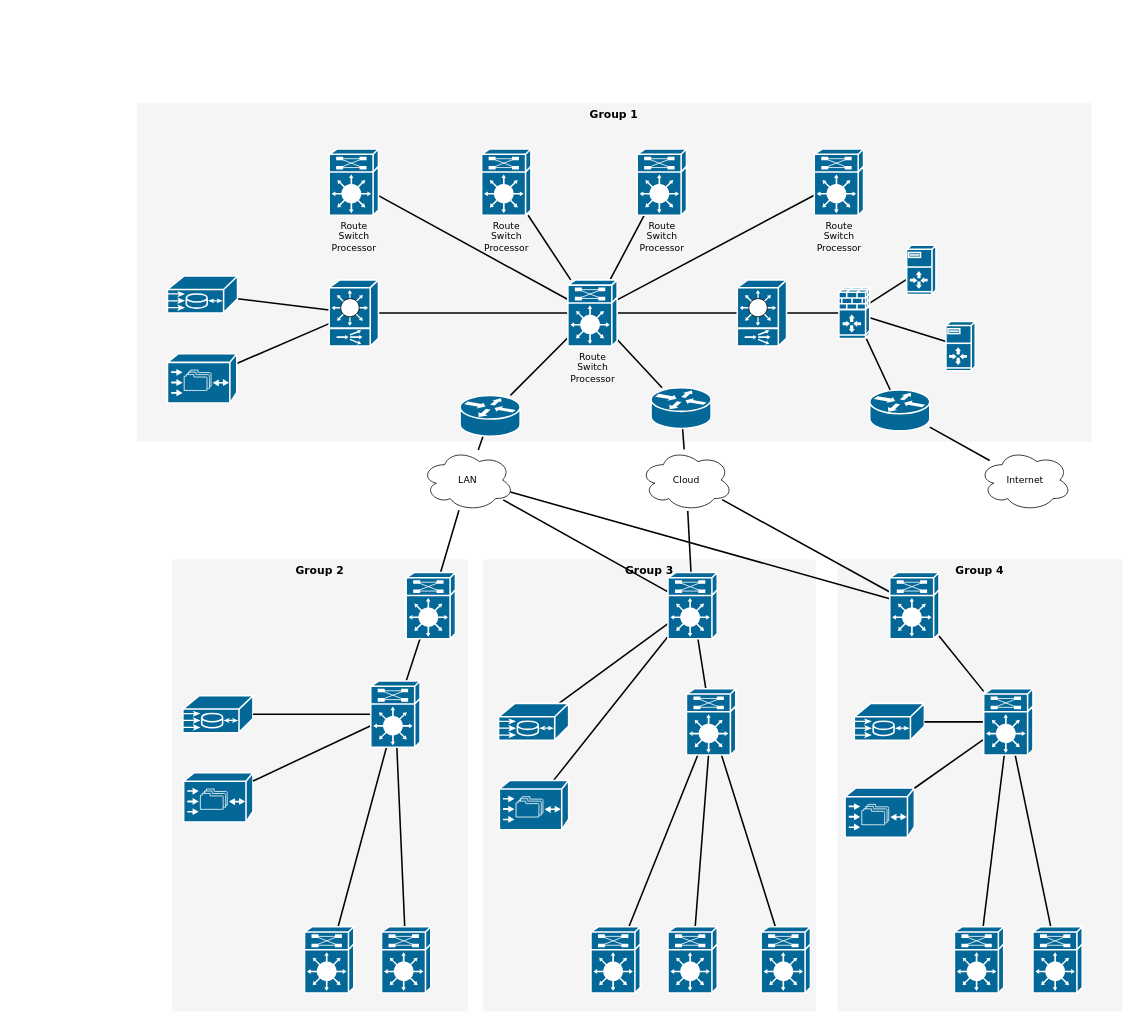
This is Untitled Diagram.drawio from pribnuts/introduction-to-github, a draw.io file, before an edit. Source tidied: cells renumbered, new cells numbered last; positions are measured from the earlier drawing's top-left corner, leaving out a move shared by most shapes. Both pictures are drawn from the tidied source at 77%, with x=0, y=0 at pixel (136, 102).
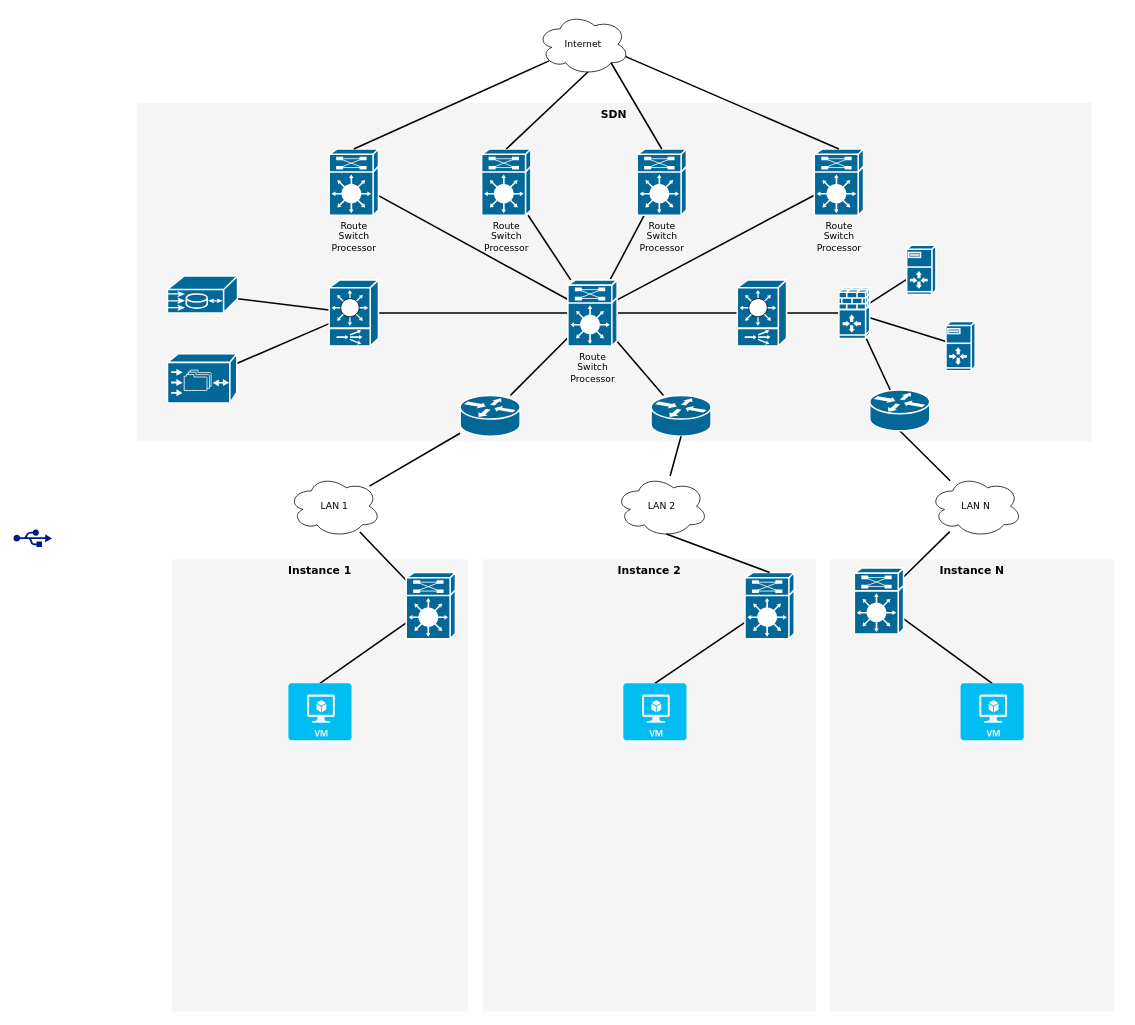
After the change.

The change refers to these unchanged cells:
```xml
<mxCell id="7" value="Route&lt;div&gt;Switch&lt;/div&gt;&lt;div&gt;Processor&lt;/div&gt;" style="shape=mxgraph.cisco.misc.route_switch_processor;html=1;dashed=0;fillColor=#036897;strokeColor=#ffffff;strokeWidth=2;verticalLabelPosition=bottom;verticalAlign=top;rounded=0;shadow=0;comic=0;fontFamily=Verdana;fontSize=12;" parent="1" vertex="1">
  <mxGeometry x="250" y="60" width="64" height="86" as="geometry" />
</mxCell>
<mxCell id="9" value="Route&lt;div&gt;Switch&lt;/div&gt;&lt;div&gt;Processor&lt;/div&gt;" style="shape=mxgraph.cisco.misc.route_switch_processor;html=1;dashed=0;fillColor=#036897;strokeColor=#ffffff;strokeWidth=2;verticalLabelPosition=bottom;verticalAlign=top;rounded=0;shadow=0;comic=0;fontFamily=Verdana;fontSize=12;" parent="1" vertex="1">
  <mxGeometry x="448" y="60" width="64" height="86" as="geometry" />
</mxCell>
<mxCell id="11" value="Route&lt;div&gt;Switch&lt;/div&gt;&lt;div&gt;Processor&lt;/div&gt;" style="shape=mxgraph.cisco.misc.route_switch_processor;html=1;dashed=0;fillColor=#036897;strokeColor=#ffffff;strokeWidth=2;verticalLabelPosition=bottom;verticalAlign=top;rounded=0;shadow=0;comic=0;fontFamily=Verdana;fontSize=12;" parent="1" vertex="1">
  <mxGeometry x="650" y="60" width="64" height="86" as="geometry" />
</mxCell>
<mxCell id="13" value="Route&lt;div&gt;Switch&lt;/div&gt;&lt;div&gt;Processor&lt;/div&gt;" style="shape=mxgraph.cisco.misc.route_switch_processor;html=1;dashed=0;fillColor=#036897;strokeColor=#ffffff;strokeWidth=2;verticalLabelPosition=bottom;verticalAlign=top;rounded=0;shadow=0;comic=0;fontFamily=Verdana;fontSize=12;" parent="1" vertex="1">
  <mxGeometry x="880" y="60" width="64" height="86" as="geometry" />
</mxCell>
<mxCell id="41" style="shape=mxgraph.cisco.misc.route_switch_processor;html=1;dashed=0;fillColor=#036897;strokeColor=#ffffff;strokeWidth=2;verticalLabelPosition=bottom;verticalAlign=top;rounded=0;shadow=0;comic=0;fontFamily=Verdana;fontSize=12;" parent="1" vertex="1">
  <mxGeometry x="350" y="610" width="64" height="86" as="geometry" />
</mxCell>
<mxCell id="80" style="shape=mxgraph.cisco.routers.router;html=1;dashed=0;fillColor=#036897;strokeColor=#ffffff;strokeWidth=2;verticalLabelPosition=bottom;verticalAlign=top;rounded=0;shadow=0;comic=0;fontFamily=Verdana;fontSize=12;" parent="1" vertex="1">
  <mxGeometry x="952" y="373" width="78" height="53" as="geometry" />
</mxCell>
```

The edit, as a diff of the source:
```diff
@@
-    <mxCell id="2" value="Group 1" style="whiteSpace=wrap;html=1;rounded=0;shadow=0;comic=0;strokeWidth=1;fontFamily=Verdana;fontSize=14;fillColor=#f5f5f5;strokeColor=none;verticalAlign=top;fontStyle=1;" parent="1" vertex="1">
+    <mxCell id="2" value="SDN" style="whiteSpace=wrap;html=1;rounded=0;shadow=0;comic=0;strokeWidth=1;fontFamily=Verdana;fontSize=14;fillColor=#f5f5f5;strokeColor=none;verticalAlign=top;fontStyle=1;" parent="1" vertex="1">
       <mxGeometry width="1240" height="440" as="geometry" />
     </mxCell>
-    <mxCell id="3" value="Group 4" style="whiteSpace=wrap;html=1;rounded=0;shadow=0;comic=0;strokeWidth=1;fontFamily=Verdana;fontSize=14;fillColor=#f5f5f5;strokeColor=none;fontStyle=1;verticalAlign=top;" parent="1" vertex="1">
-      <mxGeometry x="910" y="593" width="370" height="587" as="geometry" />
+    <mxCell id="3" value="Instance N" style="whiteSpace=wrap;html=1;rounded=0;shadow=0;comic=0;strokeWidth=1;fontFamily=Verdana;fontSize=14;fillColor=#f5f5f5;strokeColor=none;fontStyle=1;verticalAlign=top;" parent="1" vertex="1">
+      <mxGeometry x="900" y="593" width="370" height="587" as="geometry" />
     </mxCell>
-    <mxCell id="4" value="Group 3" style="whiteSpace=wrap;html=1;rounded=0;shadow=0;comic=0;strokeWidth=1;fontFamily=Verdana;fontSize=14;fillColor=#f5f5f5;strokeColor=none;fontStyle=1;verticalAlign=top;" parent="1" vertex="1">
+    <mxCell id="4" value="Instance 2" style="whiteSpace=wrap;html=1;rounded=0;shadow=0;comic=0;strokeWidth=1;fontFamily=Verdana;fontSize=14;fillColor=#f5f5f5;strokeColor=none;fontStyle=1;verticalAlign=top;" parent="1" vertex="1">
       <mxGeometry x="450" y="593" width="432" height="587" as="geometry" />
     </mxCell>
-    <mxCell id="5" value="Group 2" style="whiteSpace=wrap;html=1;rounded=0;shadow=0;comic=0;strokeWidth=1;fontFamily=Verdana;fontSize=14;fillColor=#f5f5f5;strokeColor=none;fontStyle=1;verticalAlign=top;" parent="1" vertex="1">
+    <mxCell id="5" value="Instance 1" style="whiteSpace=wrap;html=1;rounded=0;shadow=0;comic=0;strokeWidth=1;fontFamily=Verdana;fontSize=14;fillColor=#f5f5f5;strokeColor=none;fontStyle=1;verticalAlign=top;" parent="1" vertex="1">
       <mxGeometry x="46" y="593" width="384" height="587" as="geometry" />
     </mxCell>
@@
-    <mxCell id="33" style="edgeStyle=none;html=1;labelBackgroundColor=none;startFill=0;endArrow=none;endFill=0;strokeWidth=2;fontFamily=Verdana;fontSize=12;" parent="1" edge="1" source="35" target="45">
-      <mxGeometry relative="1" as="geometry" />
-    </mxCell>
-    <mxCell id="34" style="edgeStyle=none;html=1;labelBackgroundColor=none;startFill=0;endArrow=none;endFill=0;strokeWidth=2;fontFamily=Verdana;fontSize=12;" parent="1" edge="1" source="35" target="47">
-      <mxGeometry relative="1" as="geometry" />
-    </mxCell>
-    <mxCell id="35" value="LAN" style="ellipse;shape=cloud;whiteSpace=wrap;html=1;rounded=0;shadow=0;comic=0;strokeWidth=1;fontFamily=Verdana;fontSize=12;" parent="1" vertex="1">
-      <mxGeometry x="370" y="450" width="120" height="80" as="geometry" />
+    <mxCell id="35" value="LAN 1" style="ellipse;shape=cloud;whiteSpace=wrap;html=1;rounded=0;shadow=0;comic=0;strokeWidth=1;fontFamily=Verdana;fontSize=12;" parent="1" vertex="1">
+      <mxGeometry x="197" y="484" width="120" height="80" as="geometry" />
     </mxCell>
-    <mxCell id="36" style="edgeStyle=none;html=1;labelBackgroundColor=none;startFill=0;endArrow=none;endFill=0;strokeWidth=2;fontFamily=Verdana;fontSize=12;" parent="1" edge="1" source="38" target="45">
-      <mxGeometry relative="1" as="geometry" />
-    </mxCell>
@@
-    <mxCell id="38" value="Cloud" style="ellipse;shape=cloud;whiteSpace=wrap;html=1;rounded=0;shadow=0;comic=0;strokeWidth=1;fontFamily=Verdana;fontSize=12;" parent="1" vertex="1">
-      <mxGeometry x="654" y="450" width="120" height="80" as="geometry" />
+    <mxCell id="38" value="LAN N" style="ellipse;shape=cloud;whiteSpace=wrap;html=1;rounded=0;shadow=0;comic=0;strokeWidth=1;fontFamily=Verdana;fontSize=12;" parent="1" vertex="1">
+      <mxGeometry x="1030" y="484" width="120" height="80" as="geometry" />
     </mxCell>
     <mxCell id="39" value="Internet" style="ellipse;shape=cloud;whiteSpace=wrap;html=1;rounded=0;shadow=0;comic=0;strokeWidth=1;fontFamily=Verdana;fontSize=12;" parent="1" vertex="1">
-      <mxGeometry x="1094" y="450" width="120" height="80" as="geometry" />
+      <mxGeometry x="520" y="-116" width="120" height="80" as="geometry" />
     </mxCell>
-    <mxCell id="40" style="edgeStyle=none;html=1;labelBackgroundColor=none;startFill=0;endArrow=none;endFill=0;strokeWidth=2;fontFamily=Verdana;fontSize=12;" parent="1" edge="1" source="41" target="54">
+    <mxCell id="40" style="edgeStyle=none;html=1;labelBackgroundColor=none;startFill=0;endArrow=none;endFill=0;strokeWidth=2;fontFamily=Verdana;fontSize=12;entryX=0.5;entryY=0;entryDx=0;entryDy=0;entryPerimeter=0;" parent="1" edge="1" source="41" target="84">
       <mxGeometry relative="1" as="geometry" />
     </mxCell>
@@
-    <mxCell id="42" style="edgeStyle=none;html=1;labelBackgroundColor=none;startFill=0;endArrow=none;endFill=0;strokeWidth=2;fontFamily=Verdana;fontSize=12;" parent="1" edge="1" source="45" target="60">
+    <mxCell id="42" style="edgeStyle=none;html=1;labelBackgroundColor=none;startFill=0;endArrow=none;endFill=0;strokeWidth=2;fontFamily=Verdana;fontSize=12;entryX=0.5;entryY=0;entryDx=0;entryDy=0;entryPerimeter=0;" parent="1" edge="1" source="45" target="85">
       <mxGeometry relative="1" as="geometry" />
     </mxCell>
-    <mxCell id="43" style="edgeStyle=none;html=1;labelBackgroundColor=none;startFill=0;endArrow=none;endFill=0;strokeWidth=2;fontFamily=Verdana;fontSize=12;" parent="1" edge="1" source="45" target="55">
-      <mxGeometry relative="1" as="geometry" />
-    </mxCell>
-    <mxCell id="44" style="edgeStyle=none;html=1;labelBackgroundColor=none;startFill=0;endArrow=none;endFill=0;strokeWidth=2;fontFamily=Verdana;fontSize=12;" parent="1" edge="1" source="45" target="56">
-      <mxGeometry relative="1" as="geometry" />
-    </mxCell>
     <mxCell id="45" style="shape=mxgraph.cisco.misc.route_switch_processor;html=1;dashed=0;fillColor=#036897;strokeColor=#ffffff;strokeWidth=2;verticalLabelPosition=bottom;verticalAlign=top;rounded=0;shadow=0;comic=0;fontFamily=Verdana;fontSize=12;" parent="1" vertex="1">
-      <mxGeometry x="690" y="610" width="64" height="86" as="geometry" />
+      <mxGeometry x="790" y="610" width="64" height="86" as="geometry" />
     </mxCell>
-    <mxCell id="46" style="edgeStyle=none;html=1;labelBackgroundColor=none;startFill=0;endArrow=none;endFill=0;strokeWidth=2;fontFamily=Verdana;fontSize=12;" parent="1" edge="1" source="47" target="67">
+    <mxCell id="46" style="edgeStyle=none;html=1;labelBackgroundColor=none;startFill=0;endArrow=none;endFill=0;strokeWidth=2;fontFamily=Verdana;fontSize=12;entryX=0.5;entryY=0;entryDx=0;entryDy=0;entryPerimeter=0;" parent="1" edge="1" source="47" target="86">
       <mxGeometry relative="1" as="geometry" />
     </mxCell>
     <mxCell id="47" style="shape=mxgraph.cisco.misc.route_switch_processor;html=1;dashed=0;fillColor=#036897;strokeColor=#ffffff;strokeWidth=2;verticalLabelPosition=bottom;verticalAlign=top;rounded=0;shadow=0;comic=0;fontFamily=Verdana;fontSize=12;" parent="1" vertex="1">
-      <mxGeometry x="978" y="610" width="64" height="86" as="geometry" />
+      <mxGeometry x="932" y="604" width="64" height="86" as="geometry" />
     </mxCell>
-    <mxCell id="48" style="shape=mxgraph.cisco.misc.me1100;html=1;dashed=0;fillColor=#036897;strokeColor=#ffffff;strokeWidth=2;verticalLabelPosition=bottom;verticalAlign=top;rounded=0;shadow=0;comic=0;fontFamily=Verdana;fontSize=12;" parent="1" vertex="1">
-      <mxGeometry x="60" y="770" width="91" height="48" as="geometry" />
-    </mxCell>
-    <mxCell id="49" style="shape=mxgraph.cisco.storage.cisco_file_engine;html=1;dashed=0;fillColor=#036897;strokeColor=#ffffff;strokeWidth=2;verticalLabelPosition=bottom;verticalAlign=top;rounded=0;shadow=0;comic=0;fontFamily=Verdana;fontSize=12;" parent="1" vertex="1">
-      <mxGeometry x="61" y="870" width="90" height="64" as="geometry" />
-    </mxCell>
-    <mxCell id="50" style="edgeStyle=none;html=1;labelBackgroundColor=none;startFill=0;endArrow=none;endFill=0;strokeWidth=2;fontFamily=Verdana;fontSize=12;" parent="1" edge="1" source="54" target="48">
-      <mxGeometry relative="1" as="geometry" />
-    </mxCell>
-    <mxCell id="51" style="edgeStyle=none;html=1;labelBackgroundColor=none;startFill=0;endArrow=none;endFill=0;strokeWidth=2;fontFamily=Verdana;fontSize=12;" parent="1" edge="1" source="54" target="49">
-      <mxGeometry relative="1" as="geometry" />
-    </mxCell>
-    <mxCell id="52" style="edgeStyle=none;html=1;labelBackgroundColor=none;startFill=0;endArrow=none;endFill=0;strokeWidth=2;fontFamily=Verdana;fontSize=12;" parent="1" edge="1" source="54" target="69">
-      <mxGeometry relative="1" as="geometry" />
-    </mxCell>
-    <mxCell id="53" style="edgeStyle=none;html=1;labelBackgroundColor=none;startFill=0;endArrow=none;endFill=0;strokeWidth=2;fontFamily=Verdana;fontSize=12;" parent="1" edge="1" source="54" target="68">
-      <mxGeometry relative="1" as="geometry" />
-    </mxCell>
-    <mxCell id="54" style="shape=mxgraph.cisco.misc.route_switch_processor;html=1;dashed=0;fillColor=#036897;strokeColor=#ffffff;strokeWidth=2;verticalLabelPosition=bottom;verticalAlign=top;rounded=0;shadow=0;comic=0;fontFamily=Verdana;fontSize=12;" parent="1" vertex="1">
-      <mxGeometry x="304" y="751" width="64" height="86" as="geometry" />
-    </mxCell>
-    <mxCell id="55" style="shape=mxgraph.cisco.misc.me1100;html=1;dashed=0;fillColor=#036897;strokeColor=#ffffff;strokeWidth=2;verticalLabelPosition=bottom;verticalAlign=top;rounded=0;shadow=0;comic=0;fontFamily=Verdana;fontSize=12;" parent="1" vertex="1">
-      <mxGeometry x="470" y="780" width="91" height="48" as="geometry" />
-    </mxCell>
-    <mxCell id="56" style="shape=mxgraph.cisco.storage.cisco_file_engine;html=1;dashed=0;fillColor=#036897;strokeColor=#ffffff;strokeWidth=2;verticalLabelPosition=bottom;verticalAlign=top;rounded=0;shadow=0;comic=0;fontFamily=Verdana;fontSize=12;" parent="1" vertex="1">
-      <mxGeometry x="471" y="880" width="90" height="64" as="geometry" />
-    </mxCell>
-    <mxCell id="57" style="edgeStyle=none;html=1;labelBackgroundColor=none;startFill=0;endArrow=none;endFill=0;strokeWidth=2;fontFamily=Verdana;fontSize=12;" parent="1" edge="1" source="60" target="72">
-      <mxGeometry relative="1" as="geometry" />
-    </mxCell>
-    <mxCell id="58" style="edgeStyle=none;html=1;labelBackgroundColor=none;startFill=0;endArrow=none;endFill=0;strokeWidth=2;fontFamily=Verdana;fontSize=12;" parent="1" edge="1" source="60" target="71">
-      <mxGeometry relative="1" as="geometry" />
-    </mxCell>
-    <mxCell id="59" style="edgeStyle=none;html=1;labelBackgroundColor=none;startFill=0;endArrow=none;endFill=0;strokeWidth=2;fontFamily=Verdana;fontSize=12;" parent="1" edge="1" source="60" target="70">
-      <mxGeometry relative="1" as="geometry" />
-    </mxCell>
-    <mxCell id="60" style="shape=mxgraph.cisco.misc.route_switch_processor;html=1;dashed=0;fillColor=#036897;strokeColor=#ffffff;strokeWidth=2;verticalLabelPosition=bottom;verticalAlign=top;rounded=0;shadow=0;comic=0;fontFamily=Verdana;fontSize=12;" parent="1" vertex="1">
-      <mxGeometry x="714" y="761" width="64" height="86" as="geometry" />
-    </mxCell>
-    <mxCell id="61" style="shape=mxgraph.cisco.misc.me1100;html=1;dashed=0;fillColor=#036897;strokeColor=#ffffff;strokeWidth=2;verticalLabelPosition=bottom;verticalAlign=top;rounded=0;shadow=0;comic=0;fontFamily=Verdana;fontSize=12;" parent="1" vertex="1">
-      <mxGeometry x="932" y="780" width="91" height="48" as="geometry" />
-    </mxCell>
-    <mxCell id="62" style="shape=mxgraph.cisco.storage.cisco_file_engine;html=1;dashed=0;fillColor=#036897;strokeColor=#ffffff;strokeWidth=2;verticalLabelPosition=bottom;verticalAlign=top;rounded=0;shadow=0;comic=0;fontFamily=Verdana;fontSize=12;" parent="1" vertex="1">
-      <mxGeometry x="920" y="890" width="90" height="64" as="geometry" />
-    </mxCell>
-    <mxCell id="63" style="edgeStyle=none;html=1;labelBackgroundColor=none;startFill=0;endArrow=none;endFill=0;strokeWidth=2;fontFamily=Verdana;fontSize=12;" parent="1" edge="1" source="67" target="61">
-      <mxGeometry relative="1" as="geometry" />
-    </mxCell>
-    <mxCell id="64" style="edgeStyle=none;html=1;labelBackgroundColor=none;startFill=0;endArrow=none;endFill=0;strokeWidth=2;fontFamily=Verdana;fontSize=12;" parent="1" edge="1" source="67" target="62">
-      <mxGeometry relative="1" as="geometry" />
-    </mxCell>
-    <mxCell id="65" style="edgeStyle=none;html=1;labelBackgroundColor=none;startFill=0;endArrow=none;endFill=0;strokeWidth=2;fontFamily=Verdana;fontSize=12;" parent="1" edge="1" source="67" target="74">
-      <mxGeometry relative="1" as="geometry" />
-    </mxCell>
-    <mxCell id="66" style="edgeStyle=none;html=1;labelBackgroundColor=none;startFill=0;endArrow=none;endFill=0;strokeWidth=2;fontFamily=Verdana;fontSize=12;" parent="1" edge="1" source="67" target="73">
-      <mxGeometry relative="1" as="geometry" />
-    </mxCell>
-    <mxCell id="67" style="shape=mxgraph.cisco.misc.route_switch_processor;html=1;dashed=0;fillColor=#036897;strokeColor=#ffffff;strokeWidth=2;verticalLabelPosition=bottom;verticalAlign=top;rounded=0;shadow=0;comic=0;fontFamily=Verdana;fontSize=12;" parent="1" vertex="1">
-      <mxGeometry x="1100" y="761" width="64" height="86" as="geometry" />
-    </mxCell>
-    <mxCell id="68" style="shape=mxgraph.cisco.misc.route_switch_processor;html=1;dashed=0;fillColor=#036897;strokeColor=#ffffff;strokeWidth=2;verticalLabelPosition=bottom;verticalAlign=top;rounded=0;shadow=0;comic=0;fontFamily=Verdana;fontSize=12;" parent="1" vertex="1">
-      <mxGeometry x="218" y="1070" width="64" height="86" as="geometry" />
-    </mxCell>
-    <mxCell id="69" style="shape=mxgraph.cisco.misc.route_switch_processor;html=1;dashed=0;fillColor=#036897;strokeColor=#ffffff;strokeWidth=2;verticalLabelPosition=bottom;verticalAlign=top;rounded=0;shadow=0;comic=0;fontFamily=Verdana;fontSize=12;" parent="1" vertex="1">
-      <mxGeometry x="318" y="1070" width="64" height="86" as="geometry" />
-    </mxCell>
-    <mxCell id="70" style="shape=mxgraph.cisco.misc.route_switch_processor;html=1;dashed=0;fillColor=#036897;strokeColor=#ffffff;strokeWidth=2;verticalLabelPosition=bottom;verticalAlign=top;rounded=0;shadow=0;comic=0;fontFamily=Verdana;fontSize=12;" parent="1" vertex="1">
-      <mxGeometry x="590" y="1070" width="64" height="86" as="geometry" />
-    </mxCell>
-    <mxCell id="71" style="shape=mxgraph.cisco.misc.route_switch_processor;html=1;dashed=0;fillColor=#036897;strokeColor=#ffffff;strokeWidth=2;verticalLabelPosition=bottom;verticalAlign=top;rounded=0;shadow=0;comic=0;fontFamily=Verdana;fontSize=12;" parent="1" vertex="1">
-      <mxGeometry x="690" y="1070" width="64" height="86" as="geometry" />
-    </mxCell>
-    <mxCell id="72" style="shape=mxgraph.cisco.misc.route_switch_processor;html=1;dashed=0;fillColor=#036897;strokeColor=#ffffff;strokeWidth=2;verticalLabelPosition=bottom;verticalAlign=top;rounded=0;shadow=0;comic=0;fontFamily=Verdana;fontSize=12;" parent="1" vertex="1">
-      <mxGeometry x="811" y="1070" width="64" height="86" as="geometry" />
-    </mxCell>
-    <mxCell id="73" style="shape=mxgraph.cisco.misc.route_switch_processor;html=1;dashed=0;fillColor=#036897;strokeColor=#ffffff;strokeWidth=2;verticalLabelPosition=bottom;verticalAlign=top;rounded=0;shadow=0;comic=0;fontFamily=Verdana;fontSize=12;" parent="1" vertex="1">
-      <mxGeometry x="1062" y="1070" width="64" height="86" as="geometry" />
-    </mxCell>
-    <mxCell id="74" style="shape=mxgraph.cisco.misc.route_switch_processor;html=1;dashed=0;fillColor=#036897;strokeColor=#ffffff;strokeWidth=2;verticalLabelPosition=bottom;verticalAlign=top;rounded=0;shadow=0;comic=0;fontFamily=Verdana;fontSize=12;" parent="1" vertex="1">
-      <mxGeometry x="1164" y="1070" width="64" height="86" as="geometry" />
-    </mxCell>
@@
-    <mxCell id="77" style="edgeStyle=none;html=1;labelBackgroundColor=none;startFill=0;endArrow=none;endFill=0;strokeWidth=2;fontFamily=Verdana;fontSize=12;" parent="1" edge="1" source="78" target="38">
+    <mxCell id="77" style="edgeStyle=none;html=1;labelBackgroundColor=none;startFill=0;endArrow=none;endFill=0;strokeWidth=2;fontFamily=Verdana;fontSize=12;exitX=0.5;exitY=1;exitDx=0;exitDy=0;exitPerimeter=0;" parent="1" edge="1" source="80" target="38">
       <mxGeometry relative="1" as="geometry" />
     </mxCell>
     <mxCell id="78" style="shape=mxgraph.cisco.routers.router;html=1;dashed=0;fillColor=#036897;strokeColor=#ffffff;strokeWidth=2;verticalLabelPosition=bottom;verticalAlign=top;rounded=0;shadow=0;comic=0;fontFamily=Verdana;fontSize=12;" parent="1" vertex="1">
-      <mxGeometry x="668" y="370" width="78" height="53" as="geometry" />
+      <mxGeometry x="668" y="380" width="78" height="53" as="geometry" />
     </mxCell>
-    <mxCell id="79" style="edgeStyle=none;html=1;labelBackgroundColor=none;startFill=0;endArrow=none;endFill=0;strokeWidth=2;fontFamily=Verdana;fontSize=12;" parent="1" edge="1" source="80" target="39">
-      <mxGeometry relative="1" as="geometry" />
-    </mxCell>
@@
+    <mxCell id="81" value="LAN 2" style="ellipse;shape=cloud;whiteSpace=wrap;html=1;rounded=0;shadow=0;comic=0;strokeWidth=1;fontFamily=Verdana;fontSize=12;" parent="1" vertex="1">
+      <mxGeometry x="622" y="484" width="120" height="80" as="geometry" />
+    </mxCell>
+    <mxCell id="82" style="edgeStyle=none;html=1;labelBackgroundColor=none;startFill=0;endArrow=none;endFill=0;strokeWidth=2;fontFamily=Verdana;fontSize=12;exitX=0.5;exitY=1;exitDx=0;exitDy=0;exitPerimeter=0;" parent="1" edge="1" source="78" target="81">
+      <mxGeometry relative="1" as="geometry" />
+    </mxCell>
+    <mxCell id="83" style="edgeStyle=none;html=1;labelBackgroundColor=none;startFill=0;endArrow=none;endFill=0;strokeWidth=2;fontFamily=Verdana;fontSize=12;exitX=0.55;exitY=0.95;exitDx=0;exitDy=0;exitPerimeter=0;entryX=0.5;entryY=0;entryDx=0;entryDy=0;entryPerimeter=0;" parent="1" edge="1" source="81" target="45">
+      <mxGeometry relative="1" as="geometry" />
+    </mxCell>
+    <mxCell id="84" style="verticalLabelPosition=bottom;html=1;verticalAlign=top;align=center;strokeColor=none;fillColor=#00BEF2;shape=mxgraph.azure.virtual_machine;" parent="1" vertex="1">
+      <mxGeometry x="197" y="754" width="82" height="73.8" as="geometry" />
+    </mxCell>
+    <mxCell id="85" style="verticalLabelPosition=bottom;html=1;verticalAlign=top;align=center;strokeColor=none;fillColor=#00BEF2;shape=mxgraph.azure.virtual_machine;" parent="1" vertex="1">
+      <mxGeometry x="632" y="754" width="82" height="73.8" as="geometry" />
+    </mxCell>
+    <mxCell id="86" style="verticalLabelPosition=bottom;html=1;verticalAlign=top;align=center;strokeColor=none;fillColor=#00BEF2;shape=mxgraph.azure.virtual_machine;" parent="1" vertex="1">
+      <mxGeometry x="1070" y="754" width="82" height="73.8" as="geometry" />
+    </mxCell>
+    <mxCell id="87" style="edgeStyle=none;html=1;labelBackgroundColor=none;startFill=0;endArrow=none;endFill=0;strokeWidth=2;fontFamily=Verdana;fontSize=12;exitX=0.13;exitY=0.77;exitDx=0;exitDy=0;exitPerimeter=0;entryX=0.5;entryY=0;entryDx=0;entryDy=0;entryPerimeter=0;" parent="1" edge="1" source="39" target="7">
+      <mxGeometry relative="1" as="geometry" />
+    </mxCell>
+    <mxCell id="88" style="edgeStyle=none;html=1;labelBackgroundColor=none;startFill=0;endArrow=none;endFill=0;strokeWidth=2;fontFamily=Verdana;fontSize=12;entryX=0.55;entryY=0.95;entryDx=0;entryDy=0;entryPerimeter=0;exitX=0.5;exitY=0;exitDx=0;exitDy=0;exitPerimeter=0;" parent="1" edge="1" source="9" target="39">
+      <mxGeometry relative="1" as="geometry" />
+    </mxCell>
+    <mxCell id="89" style="edgeStyle=none;html=1;labelBackgroundColor=none;startFill=0;endArrow=none;endFill=0;strokeWidth=2;fontFamily=Verdana;fontSize=12;entryX=0.8;entryY=0.8;entryDx=0;entryDy=0;entryPerimeter=0;exitX=0.5;exitY=0;exitDx=0;exitDy=0;exitPerimeter=0;" parent="1" edge="1" source="11" target="39">
+      <mxGeometry relative="1" as="geometry" />
+    </mxCell>
+    <mxCell id="90" style="edgeStyle=none;html=1;labelBackgroundColor=none;startFill=0;endArrow=none;endFill=0;strokeWidth=2;fontFamily=Verdana;fontSize=12;entryX=0.96;entryY=0.7;entryDx=0;entryDy=0;entryPerimeter=0;exitX=0.5;exitY=0;exitDx=0;exitDy=0;exitPerimeter=0;" parent="1" edge="1" source="13" target="39">
+      <mxGeometry relative="1" as="geometry" />
+    </mxCell>
+    <mxCell id="91" style="sketch=0;shadow=0;dashed=0;html=1;strokeColor=none;labelPosition=center;verticalLabelPosition=bottom;verticalAlign=top;align=center;fillColor=#00188D;shape=mxgraph.mscae.enterprise.usb;" parent="1" vertex="1">
+      <mxGeometry x="-160" y="554" width="50" height="23" as="geometry" />
+    </mxCell>
```
